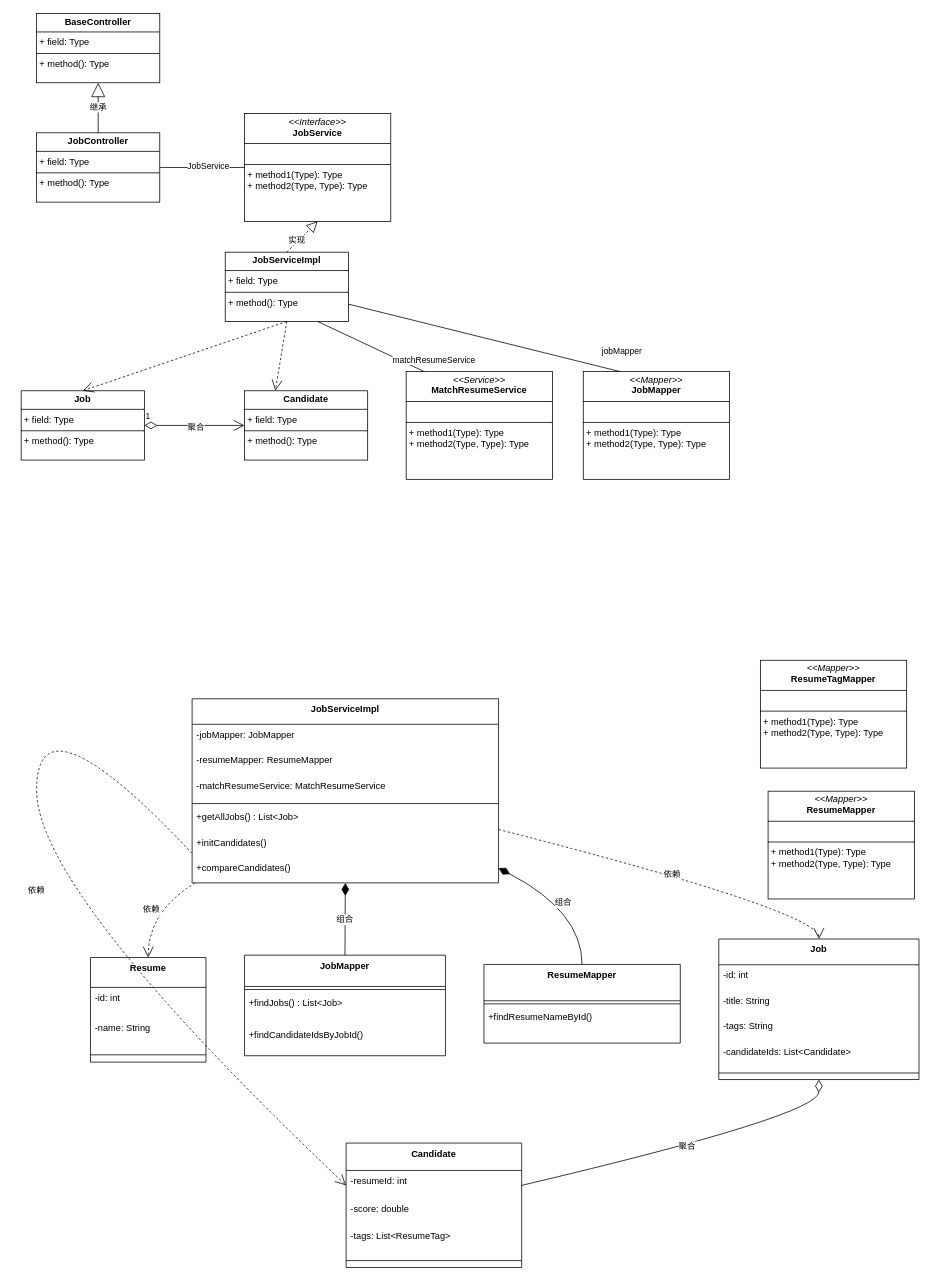
This is page "第 3 页" (3 of 3) of 毕设用例图.drawio from beyondgogogo/Graph, a draw.io file, before an edit. Source tidied: cells renumbered, new cells numbered last; positions are measured from the earlier drawing's top-left corner, leaving out a move shared by most shapes. Both pictures are drawn from the tidied source at 77%, with x=0, y=0 at pixel (21, 13).
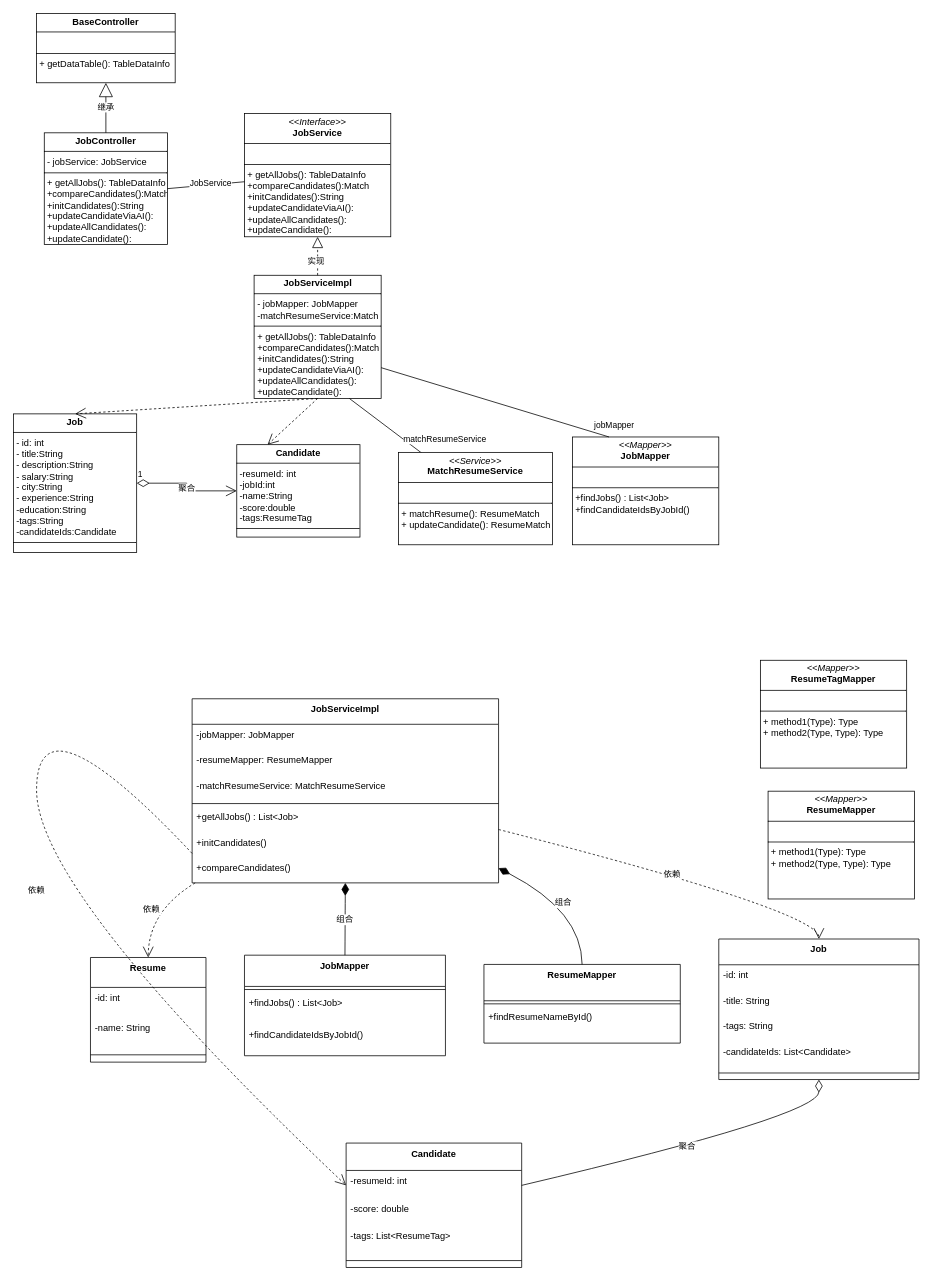
Above is the later version.

Commit message (it also covers changes not shown here):
更新毕设用例图.drawio

Unchanged cells that the change refers to:
```xml
<mxCell id="59" style="endArrow=none;endSize=12;html=1;rounded=0;exitX=1;exitY=0.75;exitDx=0;exitDy=0;startFill=0;entryX=0.25;entryY=0;entryDx=0;entryDy=0;" parent="1" edge="1" source="5" target="6">
  <mxGeometry relative="1" as="geometry" />
</mxCell>
```

The edit, as a diff of the source:
```diff
@@
-    <mxCell id="2" value="&lt;p style=&quot;margin:0px;margin-top:4px;text-align:center;&quot;&gt;&lt;i&gt;&amp;lt;&amp;lt;Interface&amp;gt;&amp;gt;&lt;/i&gt;&lt;br&gt;&lt;b&gt;JobService&lt;/b&gt;&lt;/p&gt;&lt;hr size=&quot;1&quot; style=&quot;border-style:solid;&quot;&gt;&lt;p style=&quot;margin:0px;margin-left:4px;&quot;&gt;&lt;br&gt;&lt;/p&gt;&lt;hr size=&quot;1&quot; style=&quot;border-style:solid;&quot;&gt;&lt;p style=&quot;margin:0px;margin-left:4px;&quot;&gt;+ method1(Type): Type&lt;br&gt;+ method2(Type, Type): Type&lt;/p&gt;" style="verticalAlign=top;align=left;overflow=fill;html=1;whiteSpace=wrap;" parent="1" vertex="1">
-      <mxGeometry x="290" y="130" width="190" height="140" as="geometry" />
+    <mxCell id="2" value="&lt;p style=&quot;margin:0px;margin-top:4px;text-align:center;&quot;&gt;&lt;i&gt;&amp;lt;&amp;lt;Interface&amp;gt;&amp;gt;&lt;/i&gt;&lt;br&gt;&lt;b&gt;JobService&lt;/b&gt;&lt;/p&gt;&lt;hr size=&quot;1&quot; style=&quot;border-style:solid;&quot;&gt;&lt;p style=&quot;margin:0px;margin-left:4px;&quot;&gt;&lt;br&gt;&lt;/p&gt;&lt;hr size=&quot;1&quot; style=&quot;border-style:solid;&quot;&gt;&lt;p style=&quot;margin:0px;margin-left:4px;&quot;&gt;+ getAllJobs(): TableDataInfo&lt;br&gt;+compareCandidates():Match&lt;br&gt;+initCandidates():String&lt;br&gt;+updateCandidateViaAI():&lt;br&gt;+updateAllCandidates():&lt;br&gt;+updateCandidate():&lt;span style=&quot;white-space: pre;&quot;&gt;&#9;&lt;/span&gt;&lt;br&gt;&lt;/p&gt;" style="verticalAlign=top;align=left;overflow=fill;html=1;whiteSpace=wrap;" parent="1" vertex="1">
+      <mxGeometry x="290" y="130" width="190" height="160" as="geometry" />
     </mxCell>
-    <mxCell id="3" value="&lt;p style=&quot;margin:0px;margin-top:4px;text-align:center;&quot;&gt;&lt;b&gt;BaseController&lt;/b&gt;&lt;/p&gt;&lt;hr size=&quot;1&quot; style=&quot;border-style:solid;&quot;&gt;&lt;p style=&quot;margin:0px;margin-left:4px;&quot;&gt;+ field: Type&lt;/p&gt;&lt;hr size=&quot;1&quot; style=&quot;border-style:solid;&quot;&gt;&lt;p style=&quot;margin:0px;margin-left:4px;&quot;&gt;+ method(): Type&lt;/p&gt;" style="verticalAlign=top;align=left;overflow=fill;html=1;whiteSpace=wrap;" parent="1" vertex="1">
-      <mxGeometry x="20" width="160" height="90" as="geometry" />
+    <mxCell id="3" value="&lt;p style=&quot;margin:0px;margin-top:4px;text-align:center;&quot;&gt;&lt;b&gt;BaseController&lt;/b&gt;&lt;/p&gt;&lt;hr size=&quot;1&quot; style=&quot;border-style:solid;&quot;&gt;&lt;p style=&quot;margin:0px;margin-left:4px;&quot;&gt;&lt;br&gt;&lt;/p&gt;&lt;hr size=&quot;1&quot; style=&quot;border-style:solid;&quot;&gt;&lt;p style=&quot;margin:0px;margin-left:4px;&quot;&gt;+ getDataTable(): TableDataInfo&lt;/p&gt;" style="verticalAlign=top;align=left;overflow=fill;html=1;whiteSpace=wrap;" parent="1" vertex="1">
+      <mxGeometry x="20" width="180" height="90" as="geometry" />
     </mxCell>
-    <mxCell id="4" value="&lt;p style=&quot;margin:0px;margin-top:4px;text-align:center;&quot;&gt;&lt;b&gt;JobController&lt;/b&gt;&lt;/p&gt;&lt;hr size=&quot;1&quot; style=&quot;border-style:solid;&quot;&gt;&lt;p style=&quot;margin:0px;margin-left:4px;&quot;&gt;+ field: Type&lt;/p&gt;&lt;hr size=&quot;1&quot; style=&quot;border-style:solid;&quot;&gt;&lt;p style=&quot;margin:0px;margin-left:4px;&quot;&gt;+ method(): Type&lt;/p&gt;" style="verticalAlign=top;align=left;overflow=fill;html=1;whiteSpace=wrap;" parent="1" vertex="1">
-      <mxGeometry x="20" y="155" width="160" height="90" as="geometry" />
+    <mxCell id="4" value="&lt;p style=&quot;margin:0px;margin-top:4px;text-align:center;&quot;&gt;&lt;b&gt;JobController&lt;/b&gt;&lt;/p&gt;&lt;hr size=&quot;1&quot; style=&quot;border-style:solid;&quot;&gt;&lt;p style=&quot;margin:0px;margin-left:4px;&quot;&gt;- jobService: JobService&lt;/p&gt;&lt;hr size=&quot;1&quot; style=&quot;border-style:solid;&quot;&gt;&lt;p style=&quot;margin:0px;margin-left:4px;&quot;&gt;+ getAllJobs(): TableDataInfo&lt;br&gt;+compareCandidates():Match&lt;br&gt;+initCandidates():String&lt;br&gt;+updateCandidateViaAI():&lt;br&gt;+updateAllCandidates():&lt;br&gt;+updateCandidate():&lt;span style=&quot;white-space: pre;&quot;&gt;&#9;&lt;/span&gt;&lt;br&gt;&lt;br&gt;&lt;/p&gt;" style="verticalAlign=top;align=left;overflow=fill;html=1;whiteSpace=wrap;" parent="1" vertex="1">
+      <mxGeometry x="30" y="155" width="160" height="145" as="geometry" />
     </mxCell>
-    <mxCell id="5" value="&lt;p style=&quot;margin:0px;margin-top:4px;text-align:center;&quot;&gt;&lt;b&gt;JobServiceImpl&lt;/b&gt;&lt;/p&gt;&lt;hr size=&quot;1&quot; style=&quot;border-style:solid;&quot;&gt;&lt;p style=&quot;margin:0px;margin-left:4px;&quot;&gt;+ field: Type&lt;/p&gt;&lt;hr size=&quot;1&quot; style=&quot;border-style:solid;&quot;&gt;&lt;p style=&quot;margin:0px;margin-left:4px;&quot;&gt;+ method(): Type&lt;/p&gt;" style="verticalAlign=top;align=left;overflow=fill;html=1;whiteSpace=wrap;" parent="1" vertex="1">
-      <mxGeometry x="265" y="310" width="160" height="90" as="geometry" />
+    <mxCell id="5" value="&lt;p style=&quot;margin:0px;margin-top:4px;text-align:center;&quot;&gt;&lt;b&gt;JobServiceImpl&lt;/b&gt;&lt;/p&gt;&lt;hr size=&quot;1&quot; style=&quot;border-style:solid;&quot;&gt;&lt;p style=&quot;margin:0px;margin-left:4px;&quot;&gt;- jobMapper: JobMapper&lt;br&gt;-matchResumeService:Match&lt;br&gt;&lt;/p&gt;&lt;hr size=&quot;1&quot; style=&quot;border-style:solid;&quot;&gt;&lt;p style=&quot;margin:0px;margin-left:4px;&quot;&gt;+ getAllJobs(): TableDataInfo&lt;br&gt;+compareCandidates():Match&lt;br&gt;+initCandidates():String&lt;br&gt;+updateCandidateViaAI():&lt;br&gt;+updateAllCandidates():&lt;br&gt;+updateCandidate():&lt;span style=&quot;white-space: pre;&quot;&gt;&#9;&lt;/span&gt;&lt;br&gt;&lt;/p&gt;" style="verticalAlign=top;align=left;overflow=fill;html=1;whiteSpace=wrap;" parent="1" vertex="1">
+      <mxGeometry x="302.5" y="340" width="165" height="160" as="geometry" />
     </mxCell>
-    <mxCell id="6" value="&lt;p style=&quot;margin:0px;margin-top:4px;text-align:center;&quot;&gt;&lt;i&gt;&amp;lt;&amp;lt;Mapper&amp;gt;&amp;gt;&lt;/i&gt;&lt;br&gt;&lt;b&gt;JobMapper&lt;/b&gt;&lt;/p&gt;&lt;hr size=&quot;1&quot; style=&quot;border-style:solid;&quot;&gt;&lt;p style=&quot;margin:0px;margin-left:4px;&quot;&gt;&lt;br&gt;&lt;/p&gt;&lt;hr size=&quot;1&quot; style=&quot;border-style:solid;&quot;&gt;&lt;p style=&quot;margin:0px;margin-left:4px;&quot;&gt;+ method1(Type): Type&lt;br&gt;+ method2(Type, Type): Type&lt;/p&gt;" style="verticalAlign=top;align=left;overflow=fill;html=1;whiteSpace=wrap;" parent="1" vertex="1">
-      <mxGeometry x="730" y="465" width="190" height="140" as="geometry" />
+    <mxCell id="6" value="&lt;p style=&quot;margin:0px;margin-top:4px;text-align:center;&quot;&gt;&lt;i&gt;&amp;lt;&amp;lt;Mapper&amp;gt;&amp;gt;&lt;/i&gt;&lt;br&gt;&lt;b&gt;JobMapper&lt;/b&gt;&lt;/p&gt;&lt;hr size=&quot;1&quot; style=&quot;border-style:solid;&quot;&gt;&lt;p style=&quot;margin:0px;margin-left:4px;&quot;&gt;&lt;br&gt;&lt;/p&gt;&lt;hr size=&quot;1&quot; style=&quot;border-style:solid;&quot;&gt;&lt;p style=&quot;margin:0px;margin-left:4px;&quot;&gt;&lt;span style=&quot;text-wrap: nowrap;&quot;&gt;+findJobs() : List&amp;lt;Job&amp;gt;&lt;/span&gt;&lt;br&gt;&lt;span style=&quot;text-wrap: nowrap;&quot;&gt;+findCandidateIdsByJobId()&lt;/span&gt;&lt;br&gt;&lt;/p&gt;" style="verticalAlign=top;align=left;overflow=fill;html=1;whiteSpace=wrap;" parent="1" vertex="1">
+      <mxGeometry x="716" y="550" width="190" height="140" as="geometry" />
     </mxCell>
@@
-    <mxCell id="9" value="&lt;p style=&quot;margin:0px;margin-top:4px;text-align:center;&quot;&gt;&lt;b&gt;Job&lt;/b&gt;&lt;/p&gt;&lt;hr size=&quot;1&quot; style=&quot;border-style:solid;&quot;&gt;&lt;p style=&quot;margin:0px;margin-left:4px;&quot;&gt;+ field: Type&lt;/p&gt;&lt;hr size=&quot;1&quot; style=&quot;border-style:solid;&quot;&gt;&lt;p style=&quot;margin:0px;margin-left:4px;&quot;&gt;+ method(): Type&lt;/p&gt;" style="verticalAlign=top;align=left;overflow=fill;html=1;whiteSpace=wrap;" parent="1" vertex="1">
-      <mxGeometry y="490" width="160" height="90" as="geometry" />
+    <mxCell id="9" value="&lt;p style=&quot;margin:0px;margin-top:4px;text-align:center;&quot;&gt;&lt;b&gt;Job&lt;/b&gt;&lt;/p&gt;&lt;hr size=&quot;1&quot; style=&quot;border-style:solid;&quot;&gt;&lt;p style=&quot;margin:0px;margin-left:4px;&quot;&gt;- id: int&lt;br&gt;- title:String&lt;br&gt;- description:String&lt;br&gt;- salary:String&lt;br&gt;- city:String&lt;br&gt;- experience:String&lt;br&gt;-education:String&lt;br&gt;-tags:String&lt;br&gt;-candidateIds:Candidate&lt;br&gt;&lt;/p&gt;&lt;hr size=&quot;1&quot; style=&quot;border-style:solid;&quot;&gt;&lt;p style=&quot;margin:0px;margin-left:4px;&quot;&gt;&lt;br&gt;&lt;/p&gt;" style="verticalAlign=top;align=left;overflow=fill;html=1;whiteSpace=wrap;" parent="1" vertex="1">
+      <mxGeometry x="-10" y="520" width="160" height="180" as="geometry" />
     </mxCell>
-    <mxCell id="10" value="&lt;p style=&quot;margin:0px;margin-top:4px;text-align:center;&quot;&gt;&lt;b&gt;Candidate&lt;/b&gt;&lt;/p&gt;&lt;hr size=&quot;1&quot; style=&quot;border-style:solid;&quot;&gt;&lt;p style=&quot;margin:0px;margin-left:4px;&quot;&gt;+ field: Type&lt;/p&gt;&lt;hr size=&quot;1&quot; style=&quot;border-style:solid;&quot;&gt;&lt;p style=&quot;margin:0px;margin-left:4px;&quot;&gt;+ method(): Type&lt;/p&gt;" style="verticalAlign=top;align=left;overflow=fill;html=1;whiteSpace=wrap;" parent="1" vertex="1">
-      <mxGeometry x="290" y="490" width="160" height="90" as="geometry" />
+    <mxCell id="10" value="&lt;p style=&quot;margin:0px;margin-top:4px;text-align:center;&quot;&gt;&lt;b&gt;Candidate&lt;/b&gt;&lt;/p&gt;&lt;hr size=&quot;1&quot; style=&quot;border-style:solid;&quot;&gt;&lt;p style=&quot;margin:0px;margin-left:4px;&quot;&gt;-resumeId: int&lt;br&gt;-jobId:int&lt;br&gt;-name:String&lt;/p&gt;&lt;p style=&quot;margin:0px;margin-left:4px;&quot;&gt;-score:double&lt;br&gt;-tags:ResumeTag&lt;/p&gt;&lt;hr size=&quot;1&quot; style=&quot;border-style:solid;&quot;&gt;&lt;p style=&quot;margin:0px;margin-left:4px;&quot;&gt;&lt;br&gt;&lt;/p&gt;" style="verticalAlign=top;align=left;overflow=fill;html=1;whiteSpace=wrap;" parent="1" vertex="1">
+      <mxGeometry x="280" y="560" width="160" height="120" as="geometry" />
     </mxCell>
@@
-    <mxCell id="58" value="&lt;p style=&quot;margin:0px;margin-top:4px;text-align:center;&quot;&gt;&lt;i&gt;&amp;lt;&amp;lt;Service&amp;gt;&amp;gt;&lt;/i&gt;&lt;br&gt;&lt;b&gt;MatchResumeService&lt;/b&gt;&lt;/p&gt;&lt;hr size=&quot;1&quot; style=&quot;border-style:solid;&quot;&gt;&lt;p style=&quot;margin:0px;margin-left:4px;&quot;&gt;&lt;br&gt;&lt;/p&gt;&lt;hr size=&quot;1&quot; style=&quot;border-style:solid;&quot;&gt;&lt;p style=&quot;margin:0px;margin-left:4px;&quot;&gt;+ method1(Type): Type&lt;br&gt;+ method2(Type, Type): Type&lt;/p&gt;" style="verticalAlign=top;align=left;overflow=fill;html=1;whiteSpace=wrap;" parent="1" vertex="1">
-      <mxGeometry x="500" y="465" width="190" height="140" as="geometry" />
+    <mxCell id="58" value="&lt;p style=&quot;margin:0px;margin-top:4px;text-align:center;&quot;&gt;&lt;i&gt;&amp;lt;&amp;lt;Service&amp;gt;&amp;gt;&lt;/i&gt;&lt;br&gt;&lt;b&gt;MatchResumeService&lt;/b&gt;&lt;/p&gt;&lt;hr size=&quot;1&quot; style=&quot;border-style:solid;&quot;&gt;&lt;p style=&quot;margin:0px;margin-left:4px;&quot;&gt;&lt;br&gt;&lt;/p&gt;&lt;hr size=&quot;1&quot; style=&quot;border-style:solid;&quot;&gt;&lt;p style=&quot;margin:0px;margin-left:4px;&quot;&gt;+ matchResume(): ResumeMatch&lt;br&gt;+ updateCandidate():&amp;nbsp;&lt;span style=&quot;background-color: transparent; color: light-dark(rgb(0, 0, 0), rgb(255, 255, 255));&quot;&gt;ResumeMatch&lt;/span&gt;&lt;/p&gt;" style="verticalAlign=top;align=left;overflow=fill;html=1;whiteSpace=wrap;" parent="1" vertex="1">
+      <mxGeometry x="490" y="570" width="200" height="120" as="geometry" />
     </mxCell>
@@
     <mxCell id="60" value="jobMapper" style="edgeLabel;html=1;align=center;verticalAlign=middle;" parent="59" vertex="1">
       <mxGeometry x="0.12" y="3" relative="1" as="geometry">
-        <mxPoint x="157" y="15" as="offset" />
+        <mxPoint x="136" y="27" as="offset" />
       </mxGeometry>
     </mxCell>
```
